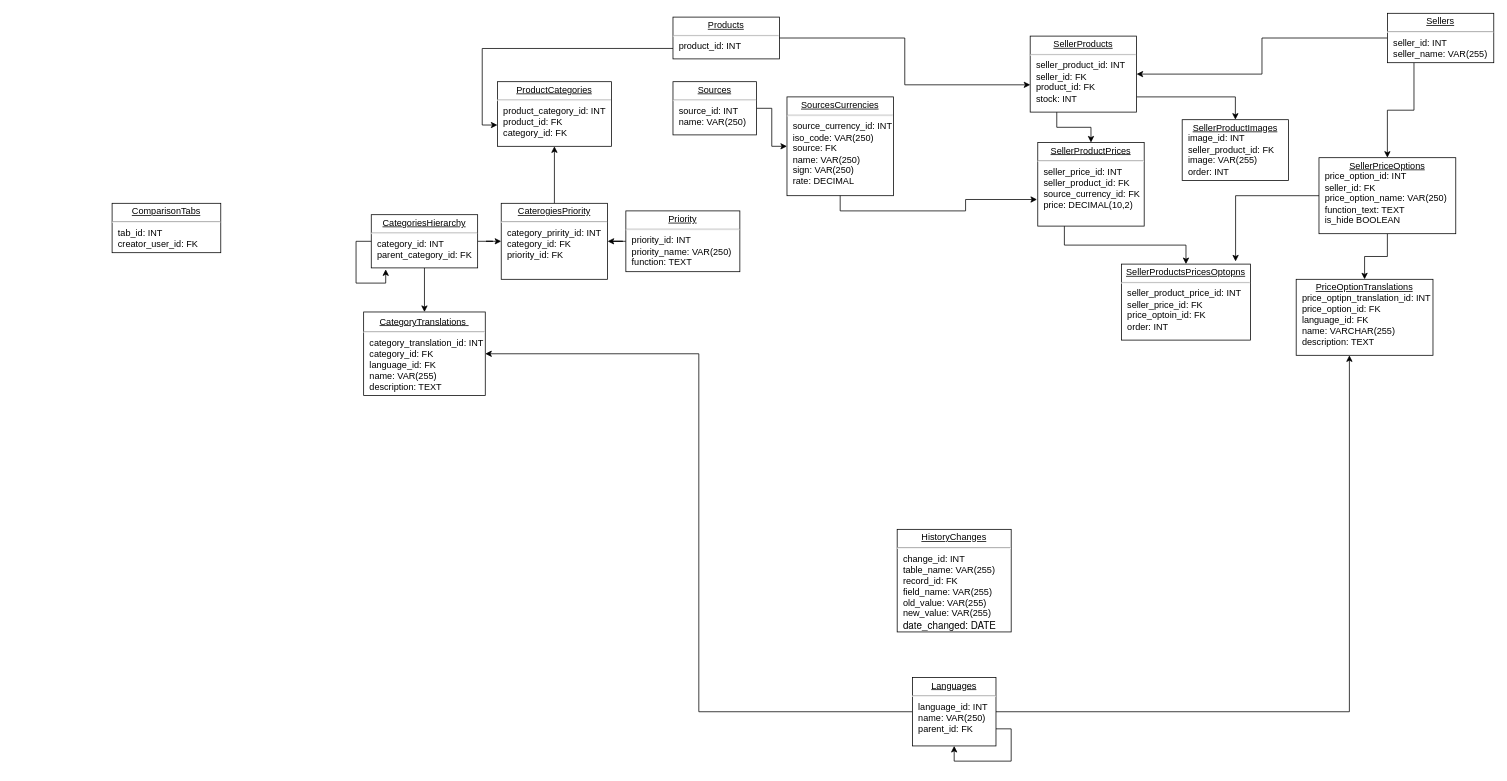
Above: db.drawio in vinter-man/db_draw_io (draw.io), before the change. Source tidied: cells renumbered, new cells numbered last; positions are measured from the earlier drawing's top-left corner, leaving out a move shared by most shapes. Both pictures are drawn from the tidied source at 76%, with x=0, y=0 at pixel (112, 13).
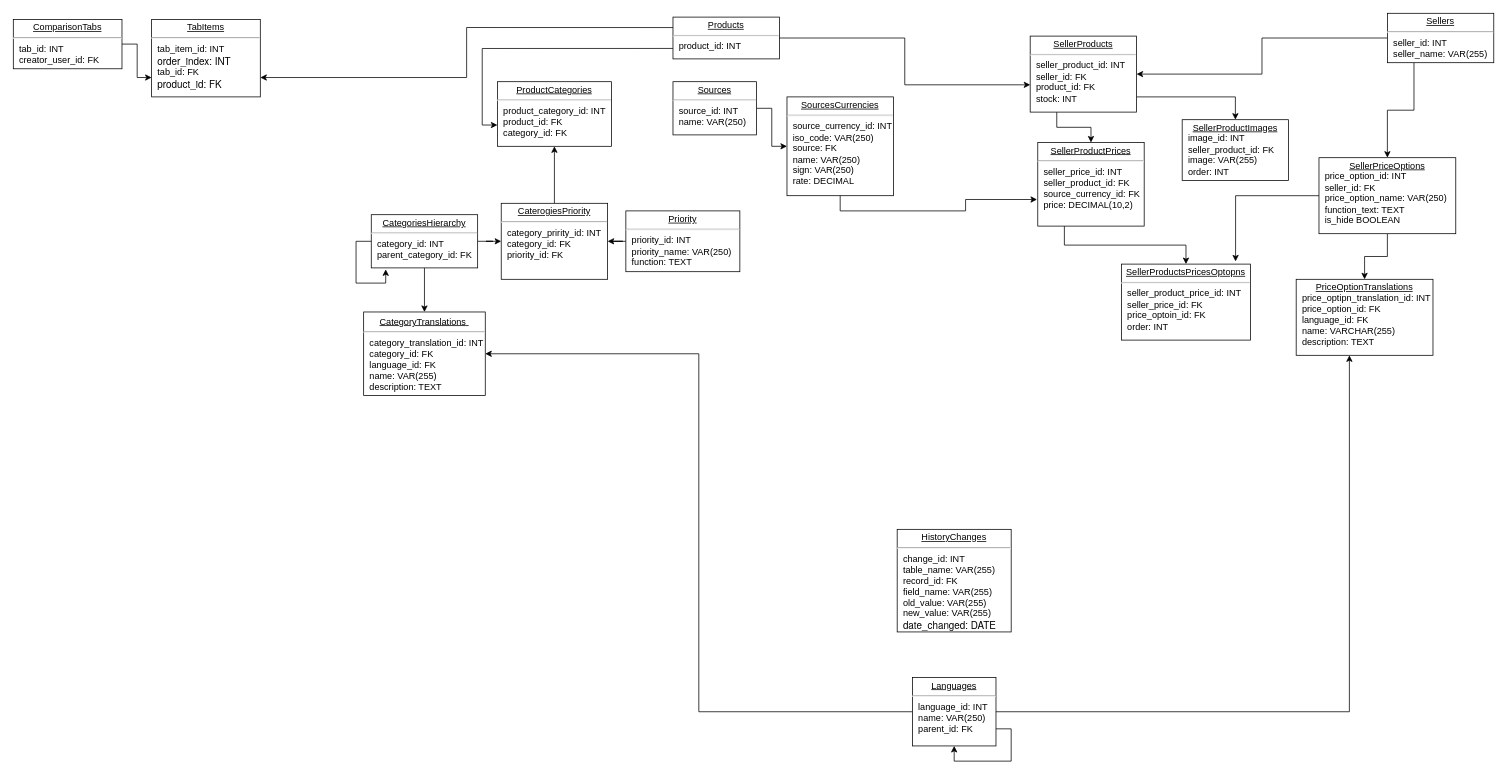
The same diagram, later.

Commit message:
add tab table

The change refers to these unchanged cells:
```xml
<mxCell id="2" value="&lt;p style=&quot;margin: 0px ; margin-top: 4px ; text-align: center ; text-decoration: underline&quot;&gt;Products&lt;/p&gt;&lt;hr&gt;&lt;p style=&quot;margin: 0px ; margin-left: 8px&quot;&gt;product_id: INT&lt;/p&gt;&lt;p style=&quot;margin: 0px ; margin-left: 8px&quot;&gt;&lt;br&gt;&lt;/p&gt;" style="verticalAlign=top;align=left;overflow=fill;fontSize=12;fontFamily=Helvetica;html=1;rounded=0;shadow=0;comic=0;labelBackgroundColor=none;strokeWidth=1;" parent="1" vertex="1">
  <mxGeometry x="738" y="5" width="140" height="55" as="geometry" />
</mxCell>
```

What changed in the source:
```diff
@@
+    <mxCell id="39" style="edgeStyle=orthogonalEdgeStyle;rounded=0;jettySize=auto;html=1;exitX=0;exitY=0.25;exitDx=0;exitDy=0;entryX=1;entryY=0.75;entryDx=0;entryDy=0;" parent="1" edge="1" source="2" target="41">
+      <mxGeometry relative="1" as="geometry" />
+    </mxCell>
@@
+    <mxCell id="40" style="edgeStyle=orthogonalEdgeStyle;rounded=0;jettySize=auto;html=1;exitX=1;exitY=0.5;exitDx=0;exitDy=0;entryX=0;entryY=0.75;entryDx=0;entryDy=0;" parent="1" edge="1" source="38" target="41">
+      <mxGeometry relative="1" as="geometry" />
+    </mxCell>
     <mxCell id="38" value="&lt;p style=&quot;margin: 0px ; margin-top: 4px ; text-align: center ; text-decoration: underline&quot;&gt;ComparisonTabs&lt;/p&gt;&lt;hr&gt;&lt;p style=&quot;margin: 0px ; margin-left: 8px&quot;&gt;tab_id: INT&lt;/p&gt;&lt;p style=&quot;margin: 0px ; margin-left: 8px&quot;&gt;creator_user_id: FK&lt;/p&gt;&lt;p style=&quot;margin: 0px ; margin-left: 8px&quot;&gt;&lt;br&gt;&lt;/p&gt;&lt;p style=&quot;margin: 0px ; margin-left: 8px&quot;&gt;&lt;br&gt;&lt;/p&gt;" style="verticalAlign=top;align=left;overflow=fill;fontSize=12;fontFamily=Helvetica;html=1;rounded=0;shadow=0;comic=0;labelBackgroundColor=none;strokeWidth=1;" parent="1" vertex="1">
-      <mxGeometry y="250" width="143" height="65" as="geometry" />
+      <mxGeometry x="-130" y="8" width="143" height="65" as="geometry" />
     </mxCell>
+    <mxCell id="41" value="&lt;p style=&quot;margin: 0px ; margin-top: 4px ; text-align: center ; text-decoration: underline&quot;&gt;TabItems&lt;/p&gt;&lt;hr&gt;&lt;p style=&quot;margin: 0px ; margin-left: 8px&quot;&gt;tab_item_id: INT&lt;/p&gt;&lt;p style=&quot;margin: 0px ; margin-left: 8px&quot;&gt;&lt;span style=&quot;font-family: &amp;quot;Helvetica Neue&amp;quot;; font-size: 13px;&quot;&gt;order_index: INT&lt;/span&gt;&lt;/p&gt;&lt;p style=&quot;margin: 0px ; margin-left: 8px&quot;&gt;tab_id: FK&lt;/p&gt;&lt;p style=&quot;margin: 0px ; margin-left: 8px&quot;&gt;&lt;span style=&quot;font-family: &amp;quot;Helvetica Neue&amp;quot;; font-size: 13px;&quot;&gt;product_id: FK&lt;/span&gt;&lt;/p&gt;&lt;p style=&quot;margin: 0px ; margin-left: 8px&quot;&gt;&lt;span style=&quot;font-family: &amp;quot;Helvetica Neue&amp;quot;; font-size: 13px;&quot;&gt;&lt;br&gt;&lt;/span&gt;&lt;/p&gt;&lt;p style=&quot;margin: 0px ; margin-left: 8px&quot;&gt;&lt;br&gt;&lt;/p&gt;&lt;p style=&quot;margin: 0px ; margin-left: 8px&quot;&gt;&lt;br&gt;&lt;/p&gt;" style="verticalAlign=top;align=left;overflow=fill;fontSize=12;fontFamily=Helvetica;html=1;rounded=0;shadow=0;comic=0;labelBackgroundColor=none;strokeWidth=1;" parent="1" vertex="1">
+      <mxGeometry x="52" y="8" width="143" height="102" as="geometry" />
+    </mxCell>
```
